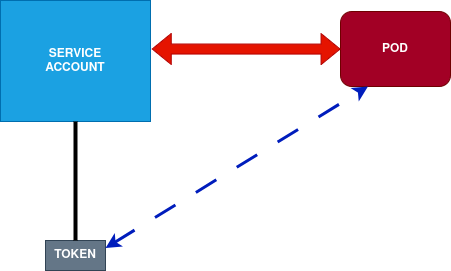
Earlier version of the draw.io export service-account/sa_token.png (jonatanvicente/k8s-samples). Source tidied: cells renumbered, new cells last; positions are measured from the earlier drawing's top-left corner, leaving out a move shared by most shapes. Its diagram source:
```xml
<mxGraphModel>
  <root>
    <mxCell id="0" />
    <mxCell id="1" parent="0" />
    <mxCell id="2" value="&lt;div&gt;&lt;b&gt;SERVICE&lt;/b&gt;&lt;/div&gt;&lt;div&gt;&lt;b&gt;ACCOUNT&lt;/b&gt;&lt;/div&gt;" style="rounded=0;whiteSpace=wrap;html=1;fillColor=#1ba1e2;fontColor=#ffffff;strokeColor=#006EAF;" parent="1" vertex="1">
      <mxGeometry width="150" height="121" as="geometry" />
    </mxCell>
    <mxCell id="3" value="&lt;b&gt;POD&lt;/b&gt;" style="rounded=1;whiteSpace=wrap;html=1;fillColor=#a20025;fontColor=#ffffff;strokeColor=#6F0000;" parent="1" vertex="1">
      <mxGeometry x="340" y="11" width="110" height="75" as="geometry" />
    </mxCell>
    <mxCell id="4" style="shape=flexArrow;endArrow=classic;startArrow=classic;html=1;rounded=0;entryX=0;entryY=0.5;entryDx=0;entryDy=0;exitX=1.008;exitY=0.4;exitDx=0;exitDy=0;exitPerimeter=0;fillColor=#e51400;strokeColor=#B20000;" parent="1" edge="1" source="2" target="3">
      <mxGeometry relative="1" as="geometry" />
    </mxCell>
    <mxCell id="5" value="&lt;b&gt;TOKEN&lt;/b&gt;" style="text;html=1;align=center;verticalAlign=middle;whiteSpace=wrap;rounded=0;fillColor=#647687;strokeColor=#314354;fontColor=#ffffff;" parent="1" vertex="1">
      <mxGeometry x="45" y="240" width="60" height="30" as="geometry" />
    </mxCell>
    <mxCell id="6" style="endArrow=none;html=1;rounded=0;strokeWidth=4;" parent="1" edge="1" source="5" target="2">
      <mxGeometry relative="1" as="geometry" />
    </mxCell>
    <mxCell id="7" style="endArrow=classic;startArrow=classic;html=1;rounded=0;dashed=1;dashPattern=8 8;strokeWidth=3;entryX=0.25;entryY=1;entryDx=0;entryDy=0;exitX=1;exitY=0.25;exitDx=0;exitDy=0;fillColor=#0050ef;strokeColor=#001DBC;" parent="1" edge="1" source="5" target="3">
      <mxGeometry relative="1" as="geometry" />
    </mxCell>
  </root>
</mxGraphModel>
```
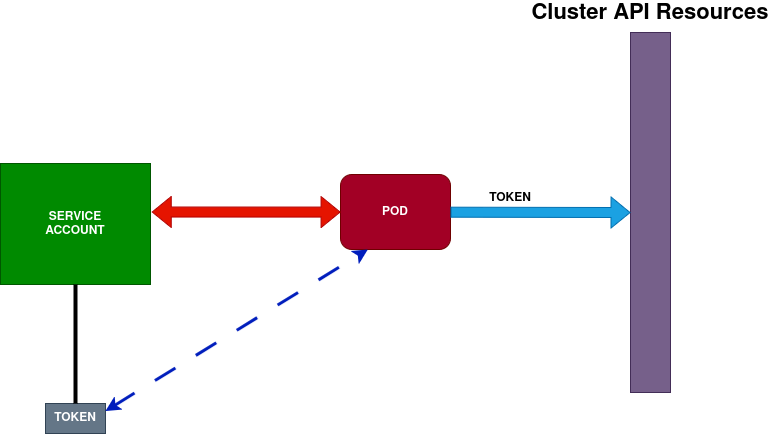
Later version of the same file.

What changed in the source:
```diff
@@ -2,7 +2,7 @@
   <root>
     <mxCell id="0" />
     <mxCell id="1" parent="0" />
-    <mxCell id="2" value="&lt;div&gt;&lt;b&gt;SERVICE&lt;/b&gt;&lt;/div&gt;&lt;div&gt;&lt;b&gt;ACCOUNT&lt;/b&gt;&lt;/div&gt;" style="rounded=0;whiteSpace=wrap;html=1;fillColor=#1ba1e2;fontColor=#ffffff;strokeColor=#006EAF;" parent="1" vertex="1">
+    <mxCell id="2" value="&lt;div&gt;&lt;b&gt;SERVICE&lt;/b&gt;&lt;/div&gt;&lt;div&gt;&lt;b&gt;ACCOUNT&lt;/b&gt;&lt;/div&gt;" style="rounded=0;whiteSpace=wrap;html=1;fillColor=#008a00;fontColor=#ffffff;strokeColor=#005700;" parent="1" vertex="1">
       <mxGeometry width="150" height="121" as="geometry" />
     </mxCell>
     <mxCell id="3" value="&lt;b&gt;POD&lt;/b&gt;" style="rounded=1;whiteSpace=wrap;html=1;fillColor=#a20025;fontColor=#ffffff;strokeColor=#6F0000;" parent="1" vertex="1">
@@ -20,5 +20,17 @@
     <mxCell id="7" style="endArrow=classic;startArrow=classic;html=1;rounded=0;dashed=1;dashPattern=8 8;strokeWidth=3;entryX=0.25;entryY=1;entryDx=0;entryDy=0;exitX=1;exitY=0.25;exitDx=0;exitDy=0;fillColor=#0050ef;strokeColor=#001DBC;" parent="1" edge="1" source="5" target="3">
       <mxGeometry relative="1" as="geometry" />
     </mxCell>
+    <mxCell id="8" style="rounded=0;whiteSpace=wrap;html=1;fillColor=#76608a;fontColor=#ffffff;strokeColor=#432D57;" parent="1" vertex="1">
+      <mxGeometry x="630" y="-131" width="40" height="360" as="geometry" />
+    </mxCell>
+    <mxCell id="9" value="&lt;b&gt;Cluster API Resources&lt;/b&gt;" style="text;html=1;align=center;verticalAlign=middle;whiteSpace=wrap;rounded=0;fontSize=22;" parent="1" vertex="1">
+      <mxGeometry x="525" y="-160" width="250" height="20" as="geometry" />
+    </mxCell>
+    <mxCell id="10" style="shape=flexArrow;endArrow=classic;html=1;rounded=0;entryX=0;entryY=0.5;entryDx=0;entryDy=0;fillColor=#1ba1e2;strokeColor=#006EAF;" parent="1" edge="1" source="3" target="8">
+      <mxGeometry relative="1" as="geometry" />
+    </mxCell>
+    <mxCell id="11" value="&lt;b&gt;TOKEN&lt;/b&gt;" style="text;html=1;align=center;verticalAlign=middle;whiteSpace=wrap;rounded=0;" parent="1" vertex="1">
+      <mxGeometry x="480" y="20" width="60" height="30" as="geometry" />
+    </mxCell>
   </root>
 </mxGraphModel>
```
